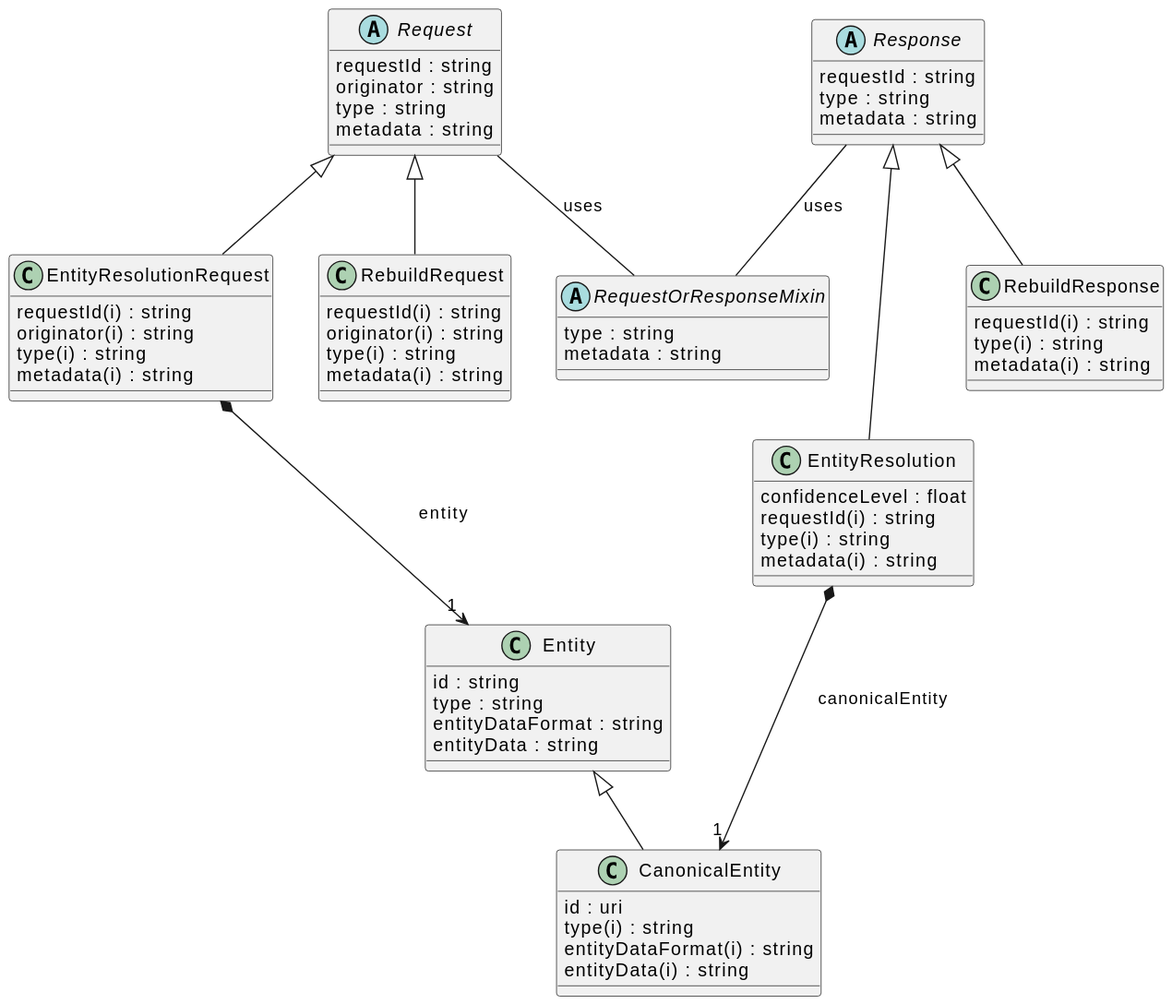
This is docs/schema/ErsServiceDataSchema.svg from meaningfy-ws/er-system, a PlantUML export, as it was before one commit.
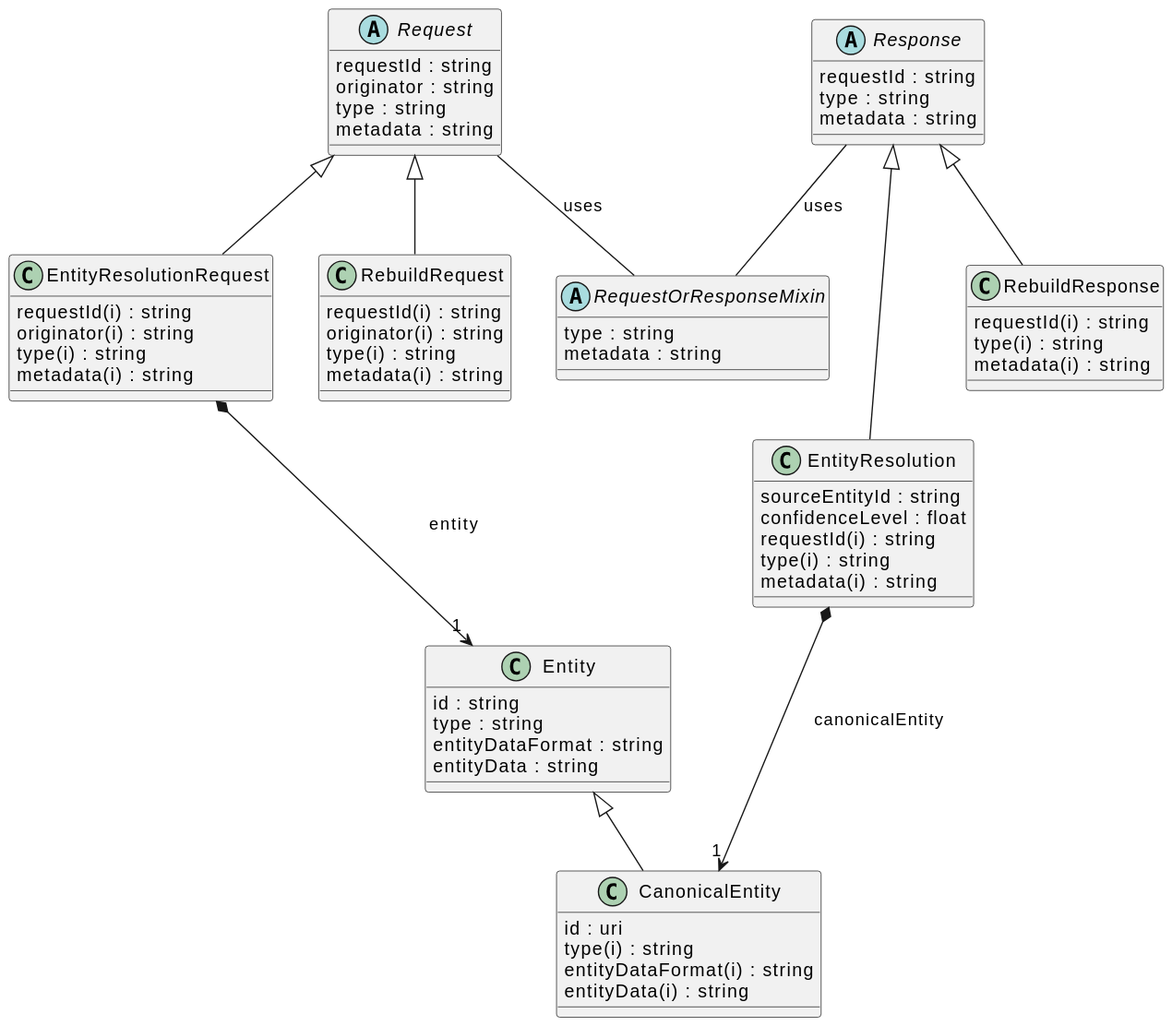
After the commit.

Commit message:
fix (ere schema): regenerate the schema docs, and with README as index name

What changed in the source:
```diff
@@ -14,6 +14,7 @@
     {field} metadata(i) : string
 }
 class "EntityResolution" [[{An entity resolution response sent by the ERE.}]] {
+    {field} sourceEntityId : string
     {field} confidenceLevel : float
     {field} requestId(i) : string
     {field} type(i) : string
```
